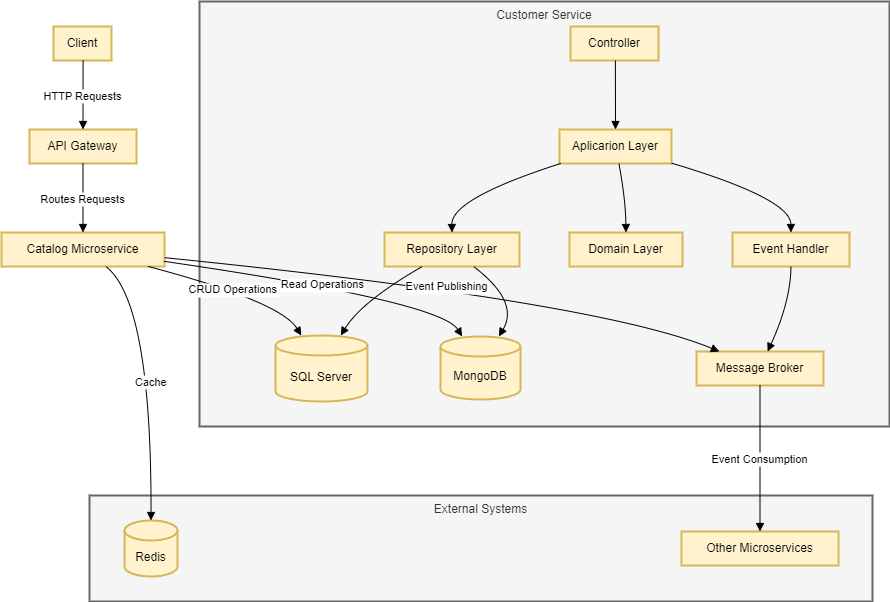
Earlier version of the draw.io export img/Customer Service.drawio.png (jacksonWiller/ArdaPlaceCustomersMicroservice). Source tidied: cells renumbered, new cells last; positions are measured from the earlier drawing's top-left corner, leaving out a move shared by most shapes.
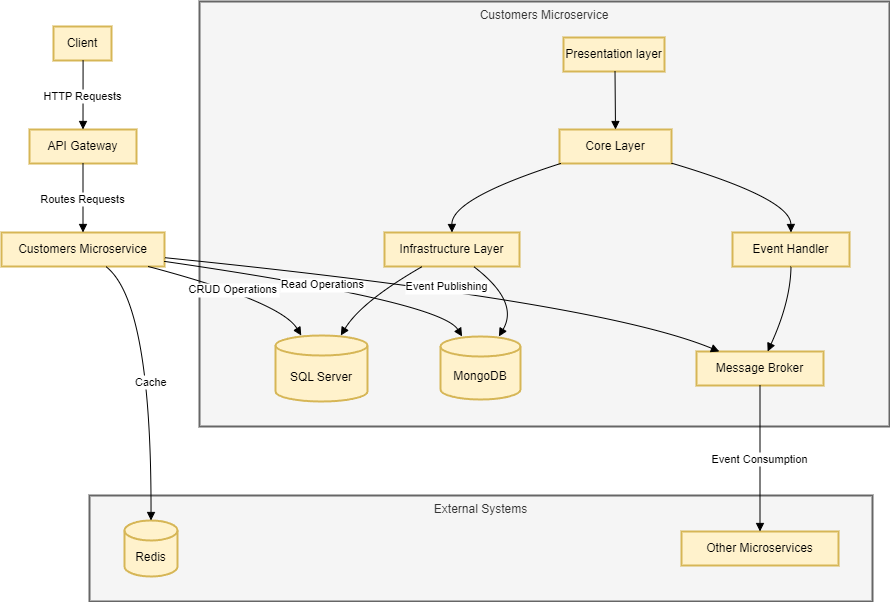
Above is the later version.

The edit, as a diff of the source:
```diff
@@ -11,21 +11,18 @@
     <mxCell id="4" value="Other Microservices" style="whiteSpace=wrap;strokeWidth=2;fillColor=#fff2cc;strokeColor=#d6b656;" parent="1" vertex="1">
       <mxGeometry x="680" y="530" width="157" height="34" as="geometry" />
     </mxCell>
-    <mxCell id="5" value="Customer Service" style="whiteSpace=wrap;strokeWidth=2;verticalAlign=top;fillColor=#f5f5f5;fontColor=#333333;strokeColor=#666666;" parent="1" vertex="1">
+    <mxCell id="5" value="Customers Microservice" style="whiteSpace=wrap;strokeWidth=2;verticalAlign=top;fillColor=#f5f5f5;fontColor=#333333;strokeColor=#666666;" parent="1" vertex="1">
       <mxGeometry x="198" width="690" height="425" as="geometry" />
     </mxCell>
-    <mxCell id="6" value="Controller" style="whiteSpace=wrap;strokeWidth=2;fillColor=#fff2cc;strokeColor=#d6b656;" parent="1" vertex="1">
-      <mxGeometry x="569" y="25" width="88" height="34" as="geometry" />
+    <mxCell id="6" value="Presentation layer" style="whiteSpace=wrap;strokeWidth=2;fillColor=#fff2cc;strokeColor=#d6b656;" parent="1" vertex="1">
+      <mxGeometry x="562" y="36" width="101" height="34" as="geometry" />
     </mxCell>
-    <mxCell id="7" value="Aplicarion Layer" style="whiteSpace=wrap;strokeWidth=2;fillColor=#fff2cc;strokeColor=#d6b656;" parent="1" vertex="1">
+    <mxCell id="7" value="Core Layer" style="whiteSpace=wrap;strokeWidth=2;fillColor=#fff2cc;strokeColor=#d6b656;" parent="1" vertex="1">
       <mxGeometry x="558" y="128" width="112" height="34" as="geometry" />
     </mxCell>
-    <mxCell id="8" value="Repository Layer" style="whiteSpace=wrap;strokeWidth=2;fillColor=#fff2cc;strokeColor=#d6b656;" parent="1" vertex="1">
+    <mxCell id="8" value="Infrastructure Layer" style="whiteSpace=wrap;strokeWidth=2;fillColor=#fff2cc;strokeColor=#d6b656;" parent="1" vertex="1">
       <mxGeometry x="383" y="231" width="135" height="34" as="geometry" />
     </mxCell>
-    <mxCell id="9" value="Domain Layer" style="whiteSpace=wrap;strokeWidth=2;fillColor=#fff2cc;strokeColor=#d6b656;" parent="1" vertex="1">
-      <mxGeometry x="568" y="231" width="113" height="34" as="geometry" />
-    </mxCell>
     <mxCell id="10" value="Event Handler" style="whiteSpace=wrap;strokeWidth=2;fillColor=#fff2cc;strokeColor=#d6b656;" parent="1" vertex="1">
       <mxGeometry x="731" y="231" width="117" height="34" as="geometry" />
     </mxCell>
@@ -44,7 +41,7 @@
     <mxCell id="15" value="API Gateway" style="whiteSpace=wrap;strokeWidth=2;fillColor=#fff2cc;strokeColor=#d6b656;" parent="1" vertex="1">
       <mxGeometry x="28" y="128" width="107" height="34" as="geometry" />
     </mxCell>
-    <mxCell id="16" value="Catalog Microservice" style="whiteSpace=wrap;strokeWidth=2;fillColor=#fff2cc;strokeColor=#d6b656;" parent="1" vertex="1">
+    <mxCell id="16" value="Customers Microservice" style="whiteSpace=wrap;strokeWidth=2;fillColor=#fff2cc;strokeColor=#d6b656;" parent="1" vertex="1">
       <mxGeometry y="231" width="163" height="34" as="geometry" />
     </mxCell>
     <mxCell id="17" value="HTTP Requests" style="curved=1;startArrow=none;endArrow=block;exitX=0.51;exitY=1;entryX=0.5;entryY=0;rounded=0;" parent="1" edge="1" source="14" target="15">
@@ -108,13 +105,6 @@
         </Array>
       </mxGeometry>
     </mxCell>
-    <mxCell id="28" style="curved=1;startArrow=none;endArrow=block;exitX=0.53;exitY=1;entryX=0.5;entryY=0;rounded=0;" parent="1" edge="1" source="7" target="9">
-      <mxGeometry relative="1" as="geometry">
-        <Array as="points">
-          <mxPoint x="624" y="197" />
-        </Array>
-      </mxGeometry>
-    </mxCell>
     <mxCell id="29" style="curved=1;startArrow=none;endArrow=block;exitX=0.99;exitY=0.98;entryX=0.5;entryY=0;rounded=0;" parent="1" edge="1" source="7" target="10">
       <mxGeometry relative="1" as="geometry">
         <Array as="points">
```
